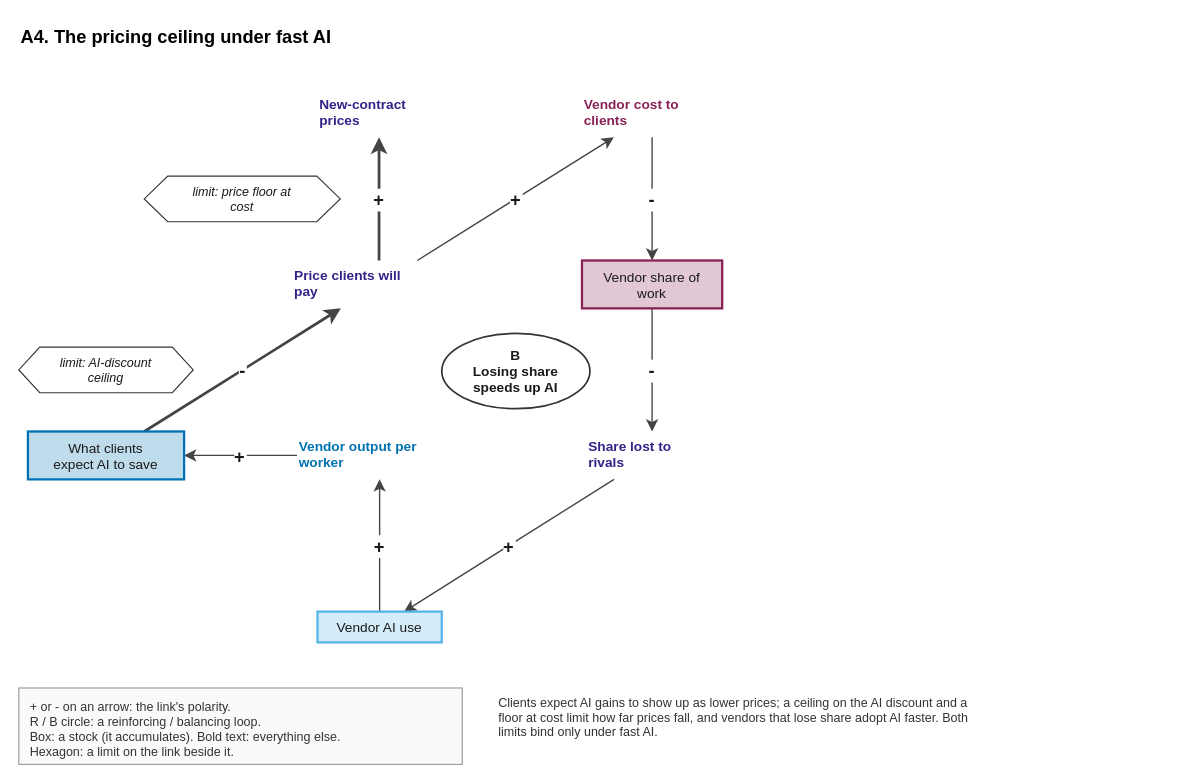
The draw.io diagram docs/model/diagrams/article-a4.drawio in stravoris-tech/ai-it-labour-sim, before the edit. Source tidied: cells renumbered, new cells numbered last; positions are measured from the earlier drawing's top-left corner, leaving out a move shared by most shapes. Both pictures are drawn from the tidied source at 114%, with x=0, y=0 at pixel (18, 18).
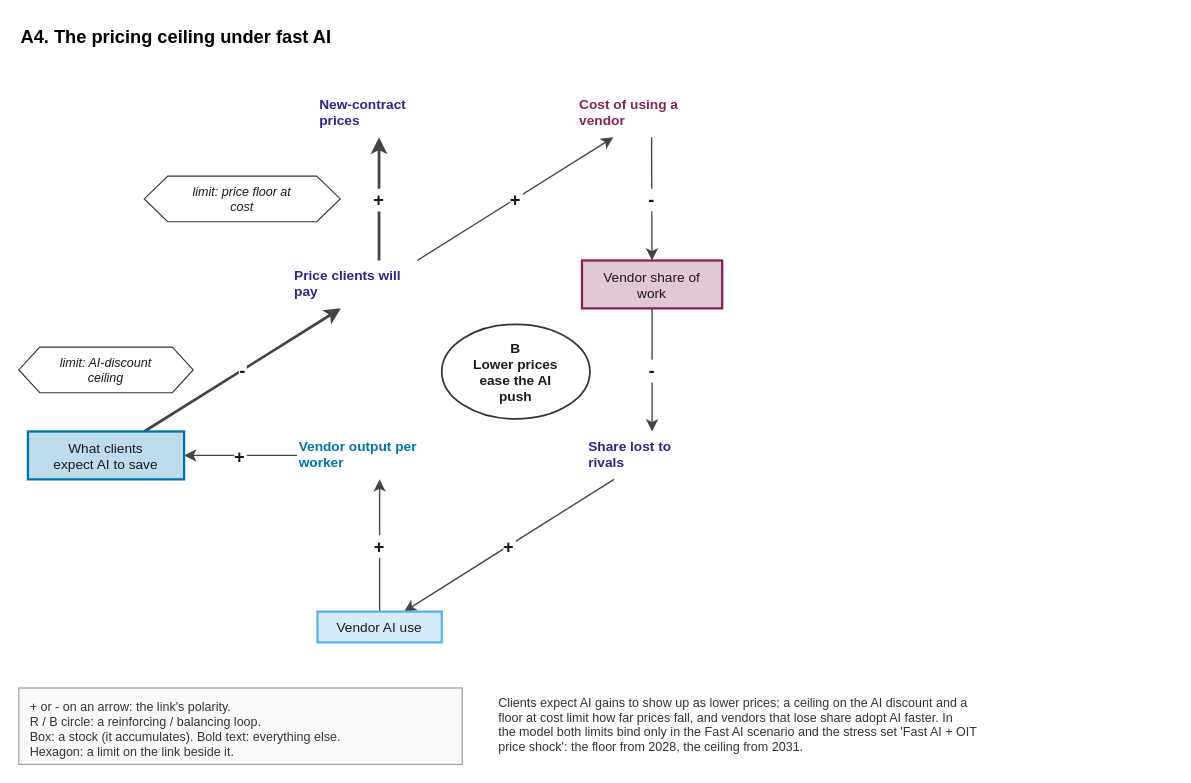
Above is the later version.

Change to the diagram source:
```diff
@@
-    <mxCell id="11" value="Vendor cost to&#10;clients" style="html=0;fontFamily=Helvetica;fontSize=12;text;strokeColor=none;fillColor=none;fontStyle=1;fontColor=#882255;" parent="1" vertex="1">
-      <mxGeometry x="494" y="62" width="123" height="42" as="geometry" />
+    <mxCell id="11" value="Cost of using a&#10;vendor" style="html=0;fontFamily=Helvetica;fontSize=12;text;strokeColor=none;fillColor=none;fontStyle=1;fontColor=#882255;" parent="1" vertex="1">
+      <mxGeometry x="490" y="62" width="130" height="42" as="geometry" />
     </mxCell>
@@
-    <mxCell id="20" value="B&#10;Losing share&#10;speeds up AI" style="html=0;fontFamily=Helvetica;fontSize=12;ellipse;fillColor=#FFFFFF;strokeColor=#333333;strokeWidth=1.5;fontStyle=1;fontColor=#1A1A1A;" parent="1" vertex="1">
-      <mxGeometry x="371" y="276" width="130" height="66" as="geometry" />
+    <mxCell id="20" value="B&#10;Lower prices&#10;ease the AI&#10;push" style="html=0;fontFamily=Helvetica;fontSize=12;ellipse;fillColor=#FFFFFF;strokeColor=#333333;strokeWidth=1.5;fontStyle=1;fontColor=#1A1A1A;" parent="1" vertex="1">
+      <mxGeometry x="371" y="268" width="130" height="83" as="geometry" />
     </mxCell>
@@
-    <mxCell id="23" value="Clients expect AI gains to show up as lower prices; a ceiling on the AI discount and a&#10;floor at cost limit how far prices fall, and vendors that lose share adopt AI faster. Both&#10;limits bind only under fast AI." style="html=0;fontFamily=Helvetica;fontSize=12;text;align=left;verticalAlign=top;fontSize=11;strokeColor=none;fillColor=none;fontColor=#333333;" parent="1" vertex="1">
-      <mxGeometry x="419" y="587" width="593" height="54" as="geometry" />
+    <mxCell id="23" value="Clients expect AI gains to show up as lower prices; a ceiling on the AI discount and a&#10;floor at cost limit how far prices fall, and vendors that lose share adopt AI faster. In&#10;the model both limits bind only in the Fast AI scenario and the stress set 'Fast AI + OIT&#10;price shock': the floor from 2028, the ceiling from 2031." style="html=0;fontFamily=Helvetica;fontSize=12;text;align=left;verticalAlign=top;fontSize=11;strokeColor=none;fillColor=none;fontColor=#333333;" parent="1" vertex="1">
+      <mxGeometry x="419" y="587" width="586" height="67" as="geometry" />
     </mxCell>
```
